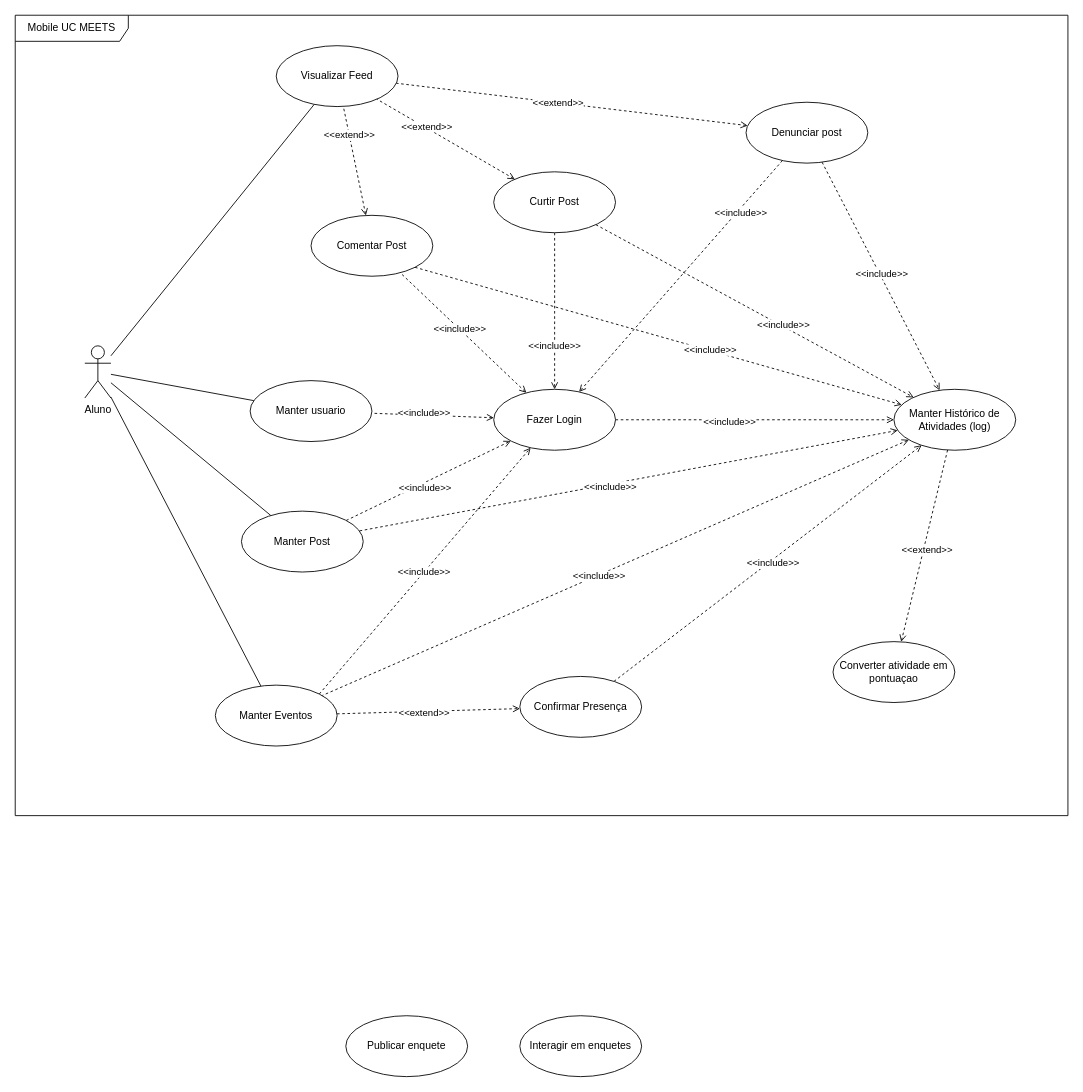
Above: Draw.io/Mobile_UC_MEETS.drawio in Organization-Meets/Meets_Docs (draw.io), before the change. Source tidied: cells renumbered, new cells numbered last; positions are measured from the earlier drawing's top-left corner, leaving out a move shared by most shapes. Both pictures are drawn from the tidied source at 87%, with x=0, y=0 at pixel (15, 15).
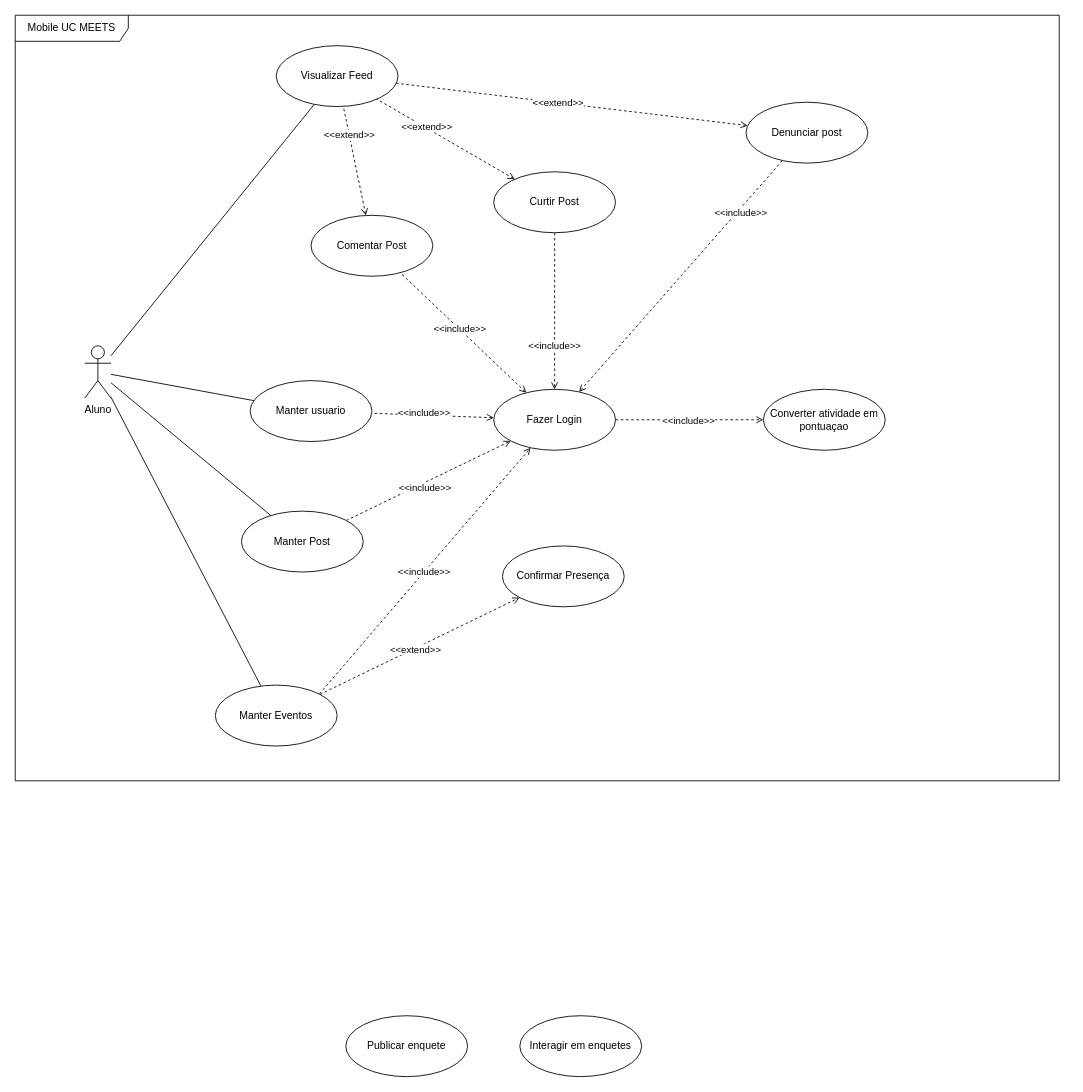
The same diagram, later.

The change refers to these unchanged cells:
```xml
<mxCell id="10" value="Comentar P&lt;span style=&quot;background-color: transparent; color: light-dark(rgb(0, 0, 0), rgb(255, 255, 255));&quot;&gt;ost&lt;/span&gt;" style="ellipse;whiteSpace=wrap;html=1;" parent="1" vertex="1">
  <mxGeometry x="340" y="230" width="140" height="70" as="geometry" />
</mxCell>
<mxCell id="17" value="Curtir Post" style="ellipse;whiteSpace=wrap;html=1;" parent="1" vertex="1">
  <mxGeometry x="550" y="180" width="140" height="70" as="geometry" />
</mxCell>
<mxCell id="23" value="Denunciar post" style="ellipse;whiteSpace=wrap;html=1;" parent="1" vertex="1">
  <mxGeometry x="840" y="100" width="140" height="70" as="geometry" />
</mxCell>
<mxCell id="31" value="Fazer Login" style="ellipse;whiteSpace=wrap;html=1;" parent="1" vertex="1">
  <mxGeometry x="550" y="430" width="140" height="70" as="geometry" />
</mxCell>
<mxCell id="47" value="Manter Eventos" style="ellipse;whiteSpace=wrap;html=1;" parent="1" vertex="1">
  <mxGeometry x="230" y="770" width="140" height="70" as="geometry" />
</mxCell>
<mxCell id="56" value="Manter Post" style="ellipse;whiteSpace=wrap;html=1;" parent="1" vertex="1">
  <mxGeometry x="260" y="570" width="140" height="70" as="geometry" />
</mxCell>
```

Diff of the diagram source:
```diff
@@
     <mxCell id="2" value="Mobile UC MEETS" style="shape=umlFrame;whiteSpace=wrap;html=1;width=130;height=30;" parent="1" vertex="1">
-      <mxGeometry width="1210" height="920" as="geometry" />
+      <mxGeometry width="1200" height="880" as="geometry" />
     </mxCell>
@@
-    <mxCell id="8" style="rounded=0;jettySize=auto;html=1;exitX=1;exitY=1;exitDx=0;exitDy=0;dashed=1;endArrow=open;endFill=0;startArrow=none;startFill=0;" parent="1" edge="1" source="10" target="36">
-      <mxGeometry relative="1" as="geometry" />
-    </mxCell>
-    <mxCell id="9" value="&amp;lt;&amp;lt;include&amp;gt;&amp;gt;" style="edgeLabel;html=1;align=center;verticalAlign=middle;" parent="8" vertex="1">
-      <mxGeometry x="0.21" y="1" relative="1" as="geometry" />
-    </mxCell>
@@
-    <mxCell id="15" style="rounded=0;jettySize=auto;html=1;endArrow=open;endFill=0;dashed=1;startArrow=none;startFill=0;" parent="1" edge="1" source="17" target="36">
-      <mxGeometry relative="1" as="geometry" />
-    </mxCell>
-    <mxCell id="16" value="&amp;lt;&amp;lt;include&amp;gt;&amp;gt;" style="edgeLabel;html=1;align=center;verticalAlign=middle;" parent="15" vertex="1">
-      <mxGeometry x="0.17" y="1" relative="1" as="geometry">
-        <mxPoint x="1" as="offset" />
-      </mxGeometry>
-    </mxCell>
@@
-    <mxCell id="21" style="rounded=0;jettySize=auto;html=1;endArrow=open;endFill=0;dashed=1;startArrow=none;startFill=0;" parent="1" edge="1" source="23" target="36">
-      <mxGeometry relative="1" as="geometry" />
-    </mxCell>
-    <mxCell id="22" value="&amp;lt;&amp;lt;include&amp;gt;&amp;gt;" style="edgeLabel;html=1;align=center;verticalAlign=middle;" parent="21" vertex="1">
-      <mxGeometry x="-0.02" y="2" relative="1" as="geometry" />
-    </mxCell>
@@
-    <mxCell id="29" style="rounded=0;jettySize=auto;html=1;endArrow=open;endFill=0;dashed=1;startArrow=none;startFill=0;" parent="1" edge="1" source="31" target="36">
-      <mxGeometry relative="1" as="geometry" />
-    </mxCell>
-    <mxCell id="30" value="&amp;lt;&amp;lt;include&amp;gt;&amp;gt;" style="edgeLabel;html=1;align=center;verticalAlign=middle;" parent="29" vertex="1">
-      <mxGeometry x="-0.19" y="-2" relative="1" as="geometry" />
-    </mxCell>
+    <mxCell id="57" style="rounded=0;jettySize=auto;html=1;dashed=1;endArrow=open;endFill=0;" parent="1" edge="1" source="31" target="41">
+      <mxGeometry relative="1" as="geometry" />
+    </mxCell>
+    <mxCell id="58" value="&amp;lt;&amp;lt;include&amp;gt;&amp;gt;" style="edgeLabel;html=1;align=center;verticalAlign=middle;" parent="57" vertex="1">
+      <mxGeometry x="-0.02" y="3" relative="1" as="geometry">
+        <mxPoint y="3" as="offset" />
+      </mxGeometry>
+    </mxCell>
@@
-    <mxCell id="34" style="rounded=0;jettySize=auto;html=1;dashed=1;endArrow=open;endFill=0;" parent="1" edge="1" source="36" target="41">
-      <mxGeometry relative="1" as="geometry" />
-    </mxCell>
-    <mxCell id="35" value="&amp;lt;&amp;lt;extend&amp;gt;&amp;gt;" style="edgeLabel;html=1;align=center;verticalAlign=middle;" parent="34" vertex="1">
-      <mxGeometry x="0.02" y="3" relative="1" as="geometry">
-        <mxPoint y="1" as="offset" />
-      </mxGeometry>
-    </mxCell>
-    <mxCell id="36" value="Manter Histórico de Atividades (log)" style="ellipse;whiteSpace=wrap;html=1;" parent="1" vertex="1">
-      <mxGeometry x="1010" y="430" width="140" height="70" as="geometry" />
-    </mxCell>
-    <mxCell id="37" style="rounded=0;jettySize=auto;html=1;endArrow=none;endFill=0;dashed=1;startArrow=open;startFill=0;" parent="1" edge="1" source="36" target="56">
-      <mxGeometry relative="1" as="geometry" />
-    </mxCell>
-    <mxCell id="38" value="&amp;lt;&amp;lt;include&amp;gt;&amp;gt;" style="edgeLabel;html=1;align=center;verticalAlign=middle;" parent="37" vertex="1">
-      <mxGeometry x="0.07" y="2" relative="1" as="geometry" />
-    </mxCell>
-    <mxCell id="39" style="rounded=0;jettySize=auto;html=1;endArrow=none;endFill=0;dashed=1;startArrow=open;startFill=0;" parent="1" edge="1" source="36" target="47">
-      <mxGeometry relative="1" as="geometry" />
-    </mxCell>
-    <mxCell id="40" value="&amp;lt;&amp;lt;include&amp;gt;&amp;gt;" style="edgeLabel;html=1;align=center;verticalAlign=middle;" parent="39" vertex="1">
-      <mxGeometry x="0.06" y="1" relative="1" as="geometry" />
-    </mxCell>
     <mxCell id="41" value="Converter atividade em pontuaçao" style="ellipse;whiteSpace=wrap;html=1;" parent="1" vertex="1">
-      <mxGeometry x="940" y="720" width="140" height="70" as="geometry" />
+      <mxGeometry x="860" y="430" width="140" height="70" as="geometry" />
     </mxCell>
@@
-    <mxCell id="48" style="rounded=0;jettySize=auto;html=1;endArrow=open;endFill=0;dashed=1;startArrow=none;startFill=0;" parent="1" edge="1" source="50" target="36">
-      <mxGeometry relative="1" as="geometry" />
-    </mxCell>
-    <mxCell id="49" value="&amp;lt;&amp;lt;include&amp;gt;&amp;gt;" style="edgeLabel;html=1;align=center;verticalAlign=middle;" parent="48" vertex="1">
-      <mxGeometry x="0.02" y="-3" relative="1" as="geometry" />
-    </mxCell>
     <mxCell id="50" value="Confirmar Presença" style="ellipse;whiteSpace=wrap;html=1;" parent="1" vertex="1">
-      <mxGeometry x="580" y="760" width="140" height="70" as="geometry" />
+      <mxGeometry x="560" y="610" width="140" height="70" as="geometry" />
     </mxCell>
```
